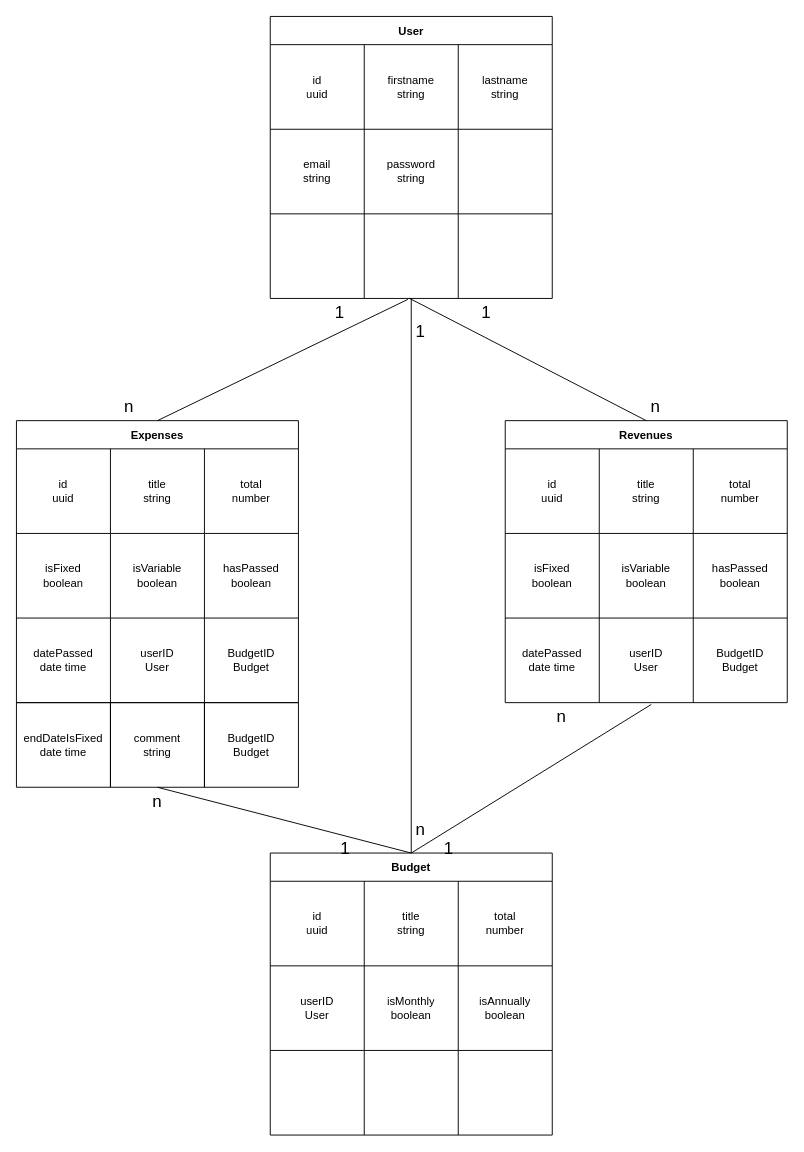
Aurel-GitHub/api-easy-budget keeps this draw.io diagram as mcd.drawio. Above is the earlier version. Source tidied: cells renumbered, new cells numbered last; positions are measured from the earlier drawing's top-left corner, leaving out a move shared by most shapes. Both pictures are drawn from the tidied source at 94%, with x=0, y=0 at pixel (16, 16).
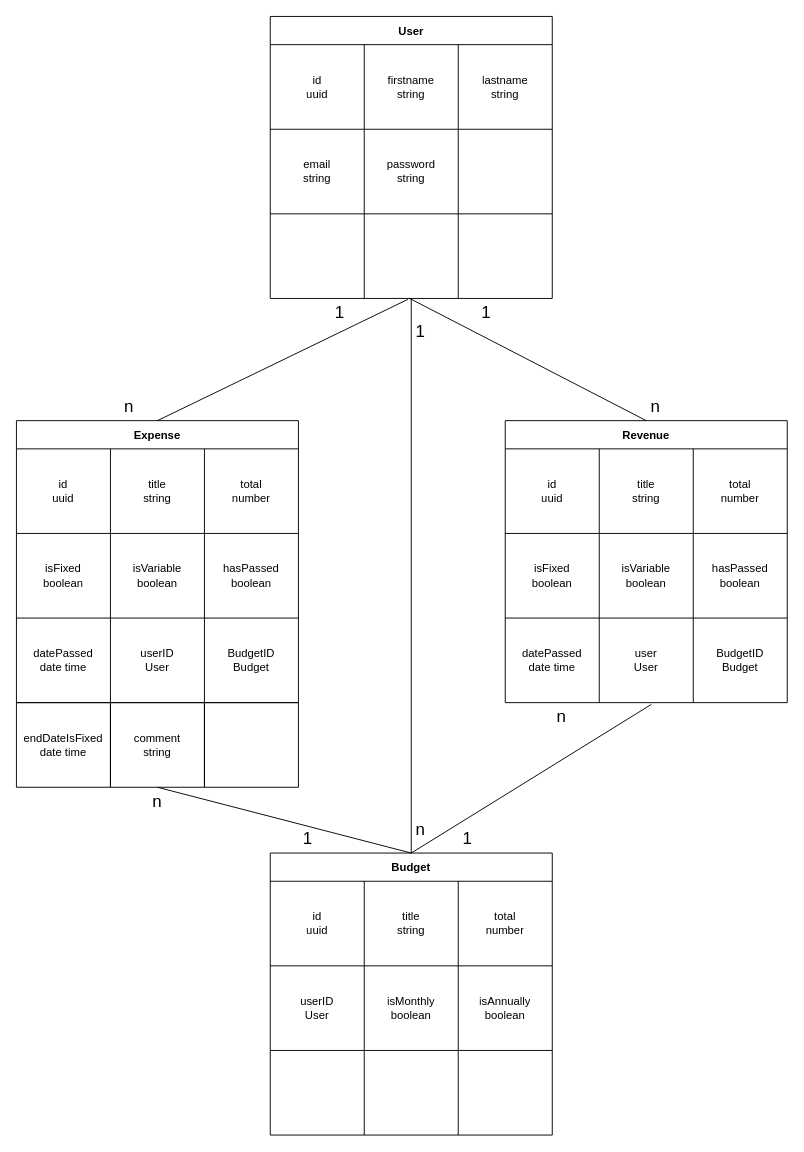
The same diagram, later.

Commit message (it also covers changes not shown here):
add  Budget, Expense, Revenue model

Unchanged cells that the change refers to:
```xml
<mxCell id="28" style="shape=partialRectangle;html=1;whiteSpace=wrap;fillColor=none;top=0;left=0;bottom=0;right=0;" parent="1" vertex="1">
  <mxGeometry y="730" width="300" height="90" as="geometry" />
</mxCell>
<mxCell id="48" style="shape=partialRectangle;html=1;whiteSpace=wrap;fillColor=none;top=0;left=0;bottom=0;right=0;points=[[0,0.5],[1,0.5]];portConstraint=eastwest;" parent="39" vertex="1">
  <mxGeometry y="210" width="300" height="90" as="geometry" />
</mxCell>
```

Change to the diagram source:
```diff
@@
-    <mxCell id="2" value="Expenses" style="shape=table;startSize=30;childLayout=tableLayout;fontStyle=1;align=center;" parent="1" vertex="1">
+    <mxCell id="2" value="Expense" style="shape=table;startSize=30;childLayout=tableLayout;fontStyle=1;align=center;" parent="1" vertex="1">
       <mxGeometry y="430" width="300" height="300" as="geometry" />
     </mxCell>
@@
-    <mxCell id="31" value="BudgetID&lt;br&gt;Budget" style="shape=partialRectangle;html=1;whiteSpace=wrap;fillColor=none;top=0;left=0;bottom=0;right=0;overflow=hidden;" parent="28" vertex="1">
+    <mxCell id="31" style="shape=partialRectangle;html=1;whiteSpace=wrap;fillColor=none;top=0;left=0;bottom=0;right=0;overflow=hidden;" parent="28" vertex="1">
       <mxGeometry x="200" width="100" height="90" as="geometry" />
     </mxCell>
@@
     <mxCell id="38" value="&lt;font style=&quot;font-size: 18px&quot;&gt;1&lt;/font&gt;" style="text;html=1;strokeColor=none;fillColor=none;align=center;verticalAlign=middle;whiteSpace=wrap;rounded=0;" parent="1" vertex="1">
-      <mxGeometry x="320" y="870" width="60" height="30" as="geometry" />
+      <mxGeometry x="280" y="860" width="60" height="30" as="geometry" />
     </mxCell>
-    <mxCell id="39" value="Revenues" style="shape=table;startSize=30;childLayout=tableLayout;fontStyle=1;align=center;" parent="1" vertex="1">
+    <mxCell id="39" value="Revenue" style="shape=table;startSize=30;childLayout=tableLayout;fontStyle=1;align=center;" parent="1" vertex="1">
       <mxGeometry x="520" y="430" width="300" height="300" as="geometry" />
     </mxCell>
@@
-    <mxCell id="50" value="userID&lt;br&gt;User" style="shape=partialRectangle;html=1;whiteSpace=wrap;fillColor=none;top=0;left=0;bottom=0;right=0;overflow=hidden;" parent="48" vertex="1">
+    <mxCell id="50" value="user&lt;br&gt;User" style="shape=partialRectangle;html=1;whiteSpace=wrap;fillColor=none;top=0;left=0;bottom=0;right=0;overflow=hidden;" parent="48" vertex="1">
       <mxGeometry x="100" width="100" height="90" as="geometry" />
     </mxCell>
@@
     <mxCell id="70" value="&lt;font style=&quot;font-size: 18px&quot;&gt;1&lt;/font&gt;" style="text;html=1;strokeColor=none;fillColor=none;align=center;verticalAlign=middle;whiteSpace=wrap;rounded=0;" parent="1" vertex="1">
-      <mxGeometry x="430" y="870" width="60" height="30" as="geometry" />
+      <mxGeometry x="450" y="860" width="60" height="30" as="geometry" />
     </mxCell>
```
